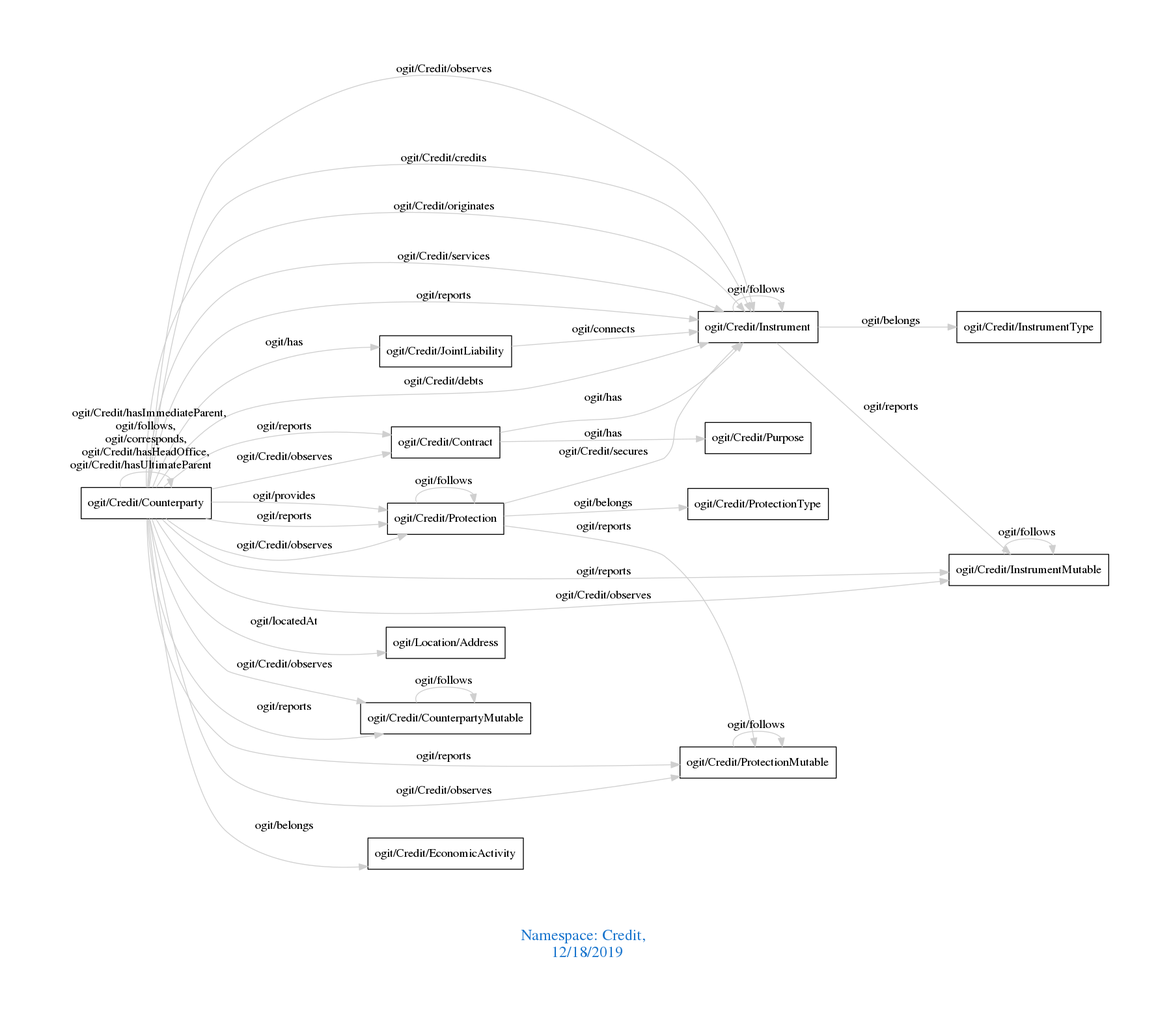
This is downloads/Credit.png from arago/OGIT, a Graphviz export, as it was before one commit. Its source is kept beside it as downloads/Credit.dot. Source of this version:
```dot
digraph OGIT_ontology {
 graph [ rankdir= LR,pad=1
fontsize = 18,
fontcolor= dodgerblue3,label = "\n\n\nNamespace: Credit, \n 12/18/2019"];
node[shape=polygon];
edge [  color="gray81"];

   "ogit/Credit/Protection" -> "ogit/Credit/Instrument" [label="   ogit/Credit/secures    "];
   "ogit/Credit/Counterparty" -> "ogit/Credit/Instrument" [label="   ogit/Credit/debts    "];
   "ogit/Credit/Counterparty" -> "ogit/Location/Address" [label="   ogit/locatedAt    "];
   "ogit/Credit/Counterparty" -> "ogit/Credit/CounterpartyMutable" [label="   ogit/Credit/observes    "];
   "ogit/Credit/Counterparty" -> "ogit/Credit/InstrumentMutable" [label="   ogit/Credit/observes    "];
   "ogit/Credit/Counterparty" -> "ogit/Credit/ProtectionMutable" [label="   ogit/Credit/observes    "];
   "ogit/Credit/Counterparty" -> "ogit/Credit/Instrument" [label="   ogit/Credit/observes    "];
   "ogit/Credit/Counterparty" -> "ogit/Credit/Protection" [label="   ogit/Credit/observes    "];
   "ogit/Credit/Counterparty" -> "ogit/Credit/Contract" [label="   ogit/Credit/observes    "];
   "ogit/Credit/JointLiability" -> "ogit/Credit/Instrument" [label="   ogit/connects    "];
   "ogit/Credit/Counterparty" -> "ogit/Credit/Instrument" [label="   ogit/Credit/credits    "];
   "ogit/Credit/Counterparty" -> "ogit/Credit/Protection" [label="   ogit/provides    "];
   "ogit/Credit/Counterparty" -> "ogit/Credit/Instrument" [label="   ogit/Credit/originates    "];
   "ogit/Credit/Counterparty" -> "ogit/Credit/Instrument" [label="   ogit/Credit/services    "];
   "ogit/Credit/Counterparty" -> "ogit/Credit/EconomicActivity" [label="   ogit/belongs    "];
   "ogit/Credit/Instrument" -> "ogit/Credit/InstrumentType" [label="   ogit/belongs    "];
   "ogit/Credit/Protection" -> "ogit/Credit/ProtectionType" [label="   ogit/belongs    "];
   "ogit/Credit/Counterparty" -> "ogit/Credit/CounterpartyMutable" [label="   ogit/reports    "];
   "ogit/Credit/Counterparty" -> "ogit/Credit/ProtectionMutable" [label="   ogit/reports    "];
   "ogit/Credit/Counterparty" -> "ogit/Credit/InstrumentMutable" [label="   ogit/reports    "];
   "ogit/Credit/Counterparty" -> "ogit/Credit/Instrument" [label="   ogit/reports    "];
   "ogit/Credit/Counterparty" -> "ogit/Credit/Protection" [label="   ogit/reports    "];
   "ogit/Credit/Counterparty" -> "ogit/Credit/Contract" [label="   ogit/reports    "];
   "ogit/Credit/Instrument" -> "ogit/Credit/InstrumentMutable" [label="   ogit/reports    "];
   "ogit/Credit/Protection" -> "ogit/Credit/ProtectionMutable" [label="   ogit/reports    "];
   "ogit/Credit/Contract" -> "ogit/Credit/Instrument" [label="   ogit/has    "];
   "ogit/Credit/Contract" -> "ogit/Credit/Purpose" [label="   ogit/has    "];
   "ogit/Credit/Counterparty" -> "ogit/Credit/JointLiability" [label="   ogit/has    "];
   "ogit/Credit/Protection" -> "ogit/Credit/Protection" [label="   ogit/follows    "];
   "ogit/Credit/InstrumentMutable" -> "ogit/Credit/InstrumentMutable" [label="   ogit/follows    "];
   "ogit/Credit/ProtectionMutable" -> "ogit/Credit/ProtectionMutable" [label="   ogit/follows    "];
   "ogit/Credit/Instrument" -> "ogit/Credit/Instrument" [label="   ogit/follows    "];
   "ogit/Credit/Counterparty" -> "ogit/Credit/Counterparty" [label="   ogit/Credit/hasImmediateParent, \n ogit/follows, \n ogit/corresponds, \n ogit/Credit/hasHeadOffice, \n ogit/Credit/hasUltimateParent    "];
   "ogit/Credit/CounterpartyMutable" -> "ogit/Credit/CounterpartyMutable" [label="   ogit/follows    "];
}
```
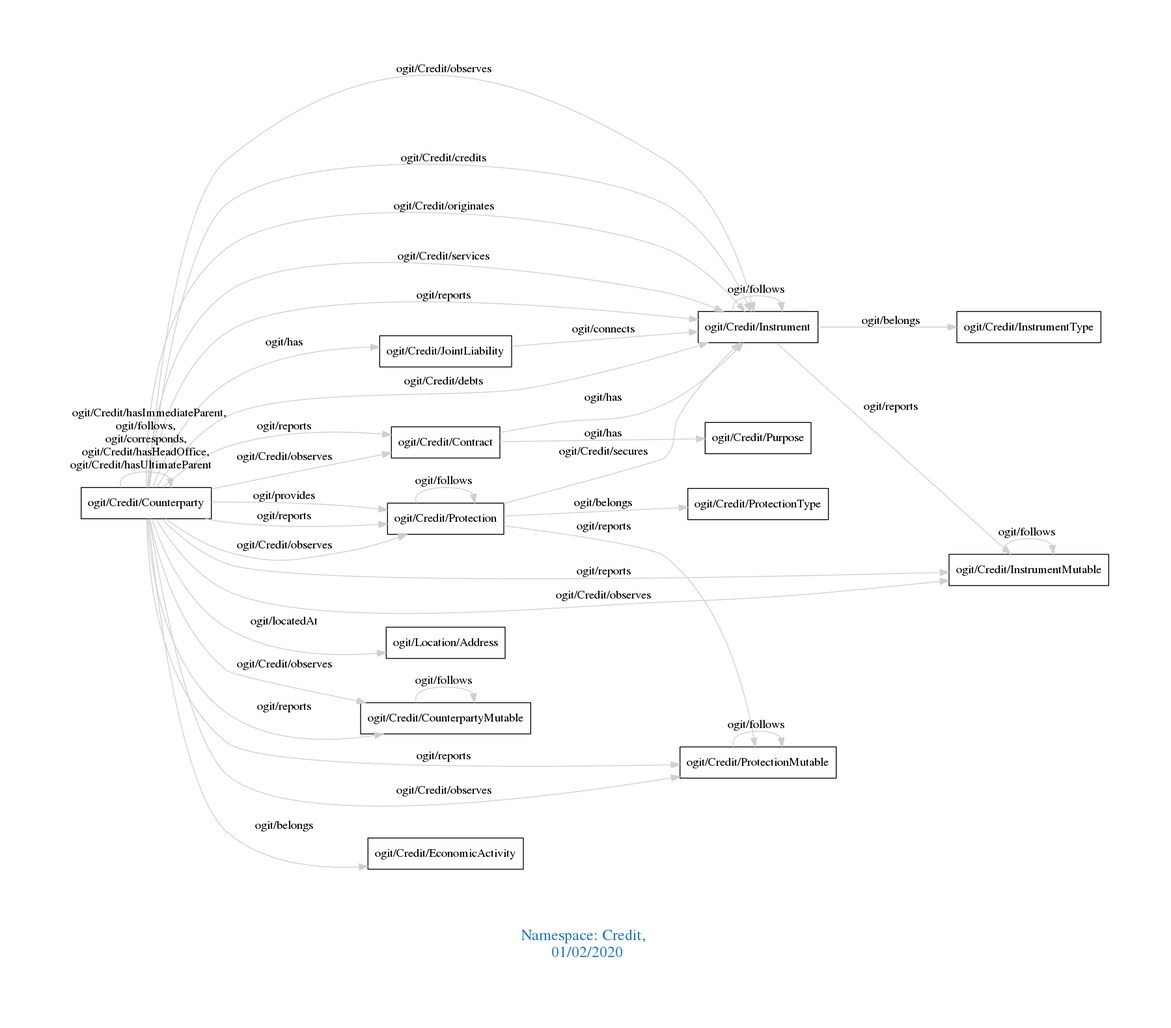
After the change.

Change to the diagram source:
```diff
@@ -1,7 +1,7 @@
 digraph OGIT_ontology {
  graph [ rankdir= LR,pad=1
 fontsize = 18,
-fontcolor= dodgerblue3,label = "\n\n\nNamespace: Credit, \n 12/18/2019"];
+fontcolor= dodgerblue3,label = "\n\n\nNamespace: Credit, \n 01/02/2020"];
 node[shape=polygon];
 edge [  color="gray81"];
 
```
